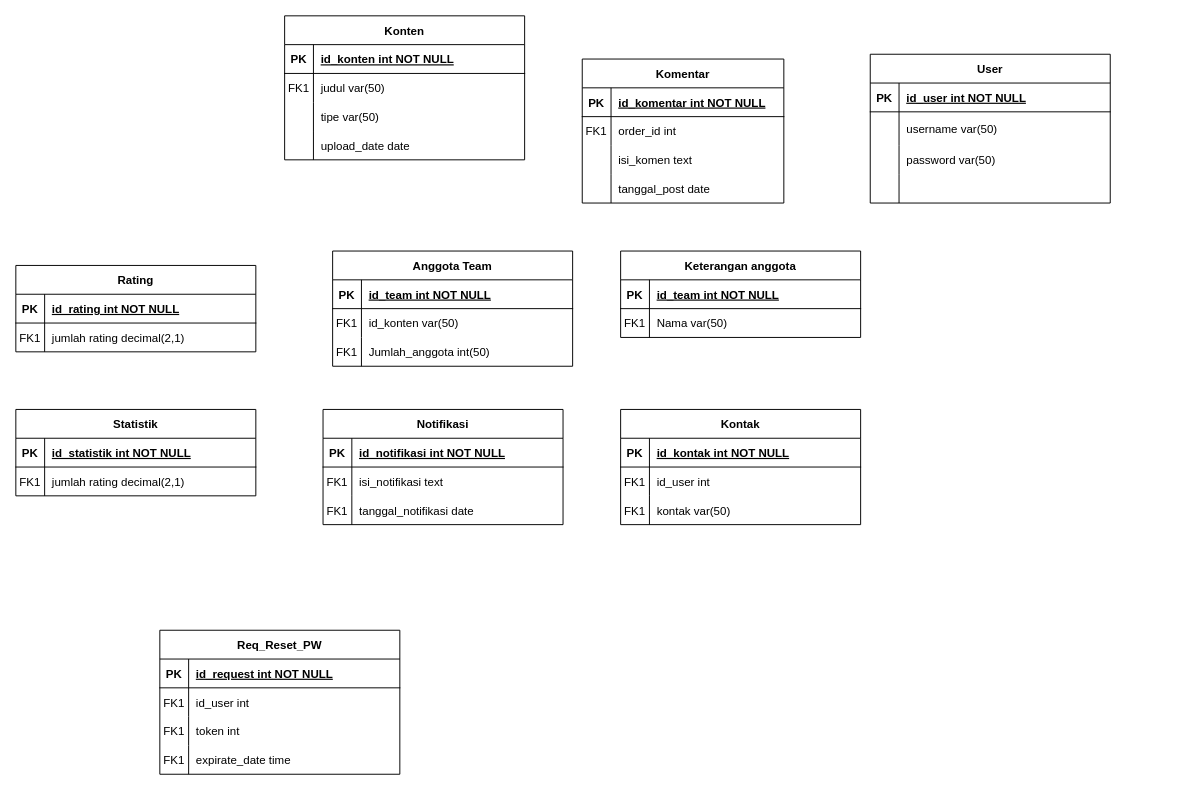
Above: Untitled Diagram.drawio in Iknip26/PAD_portofolio_TA (draw.io), before the change. Source tidied: cells renumbered, new cells numbered last; positions are measured from the earlier drawing's top-left corner, leaving out a move shared by most shapes. Both pictures are drawn from the tidied source at 96%, with x=0, y=0 at pixel (15, 15).
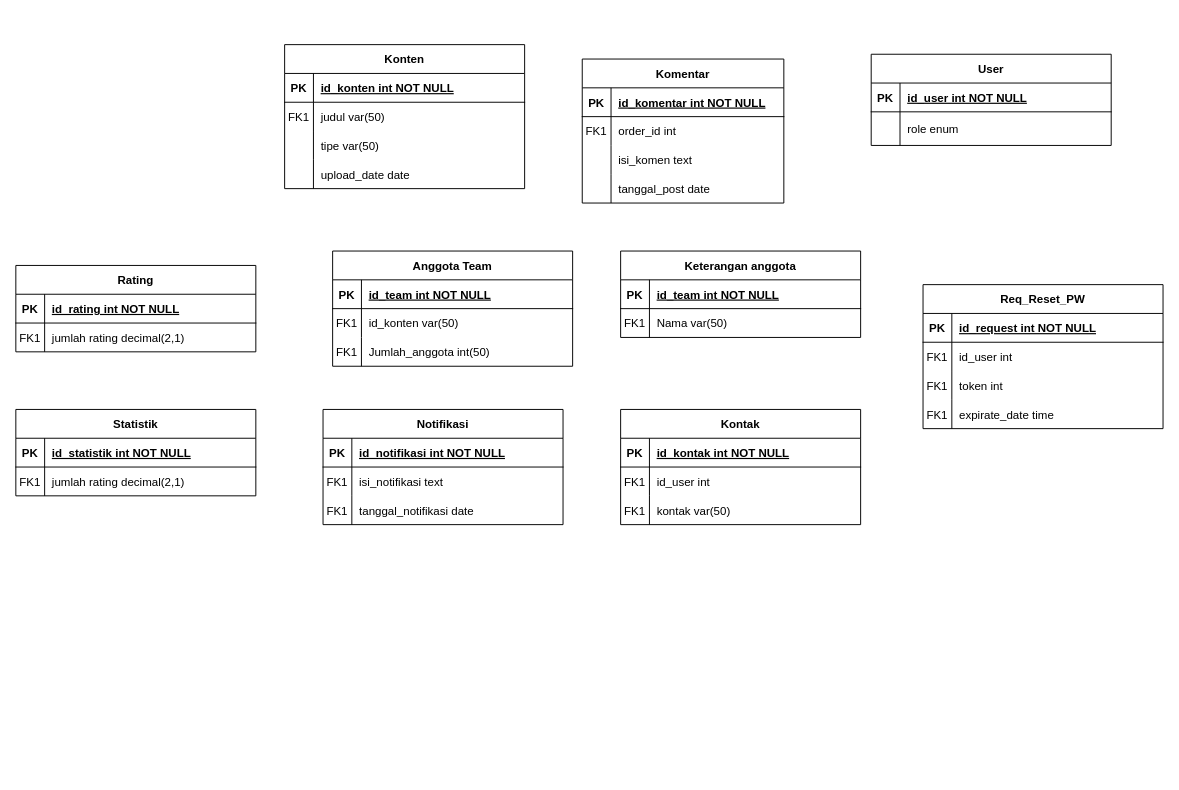
Above is the later version.

Unchanged cells that the change refers to:
```xml
<mxCell id="32" style="shape=partialRectangle;fillColor=none;top=0;left=0;right=0;bottom=0;" parent="28" vertex="1">
  <mxGeometry y="60" width="250" height="35" as="geometry" />
</mxCell>
```

The edit, as a diff of the source:
```diff
@@
     <mxCell id="2" value="Konten" style="shape=table;startSize=30;childLayout=tableLayout;rowLines=0;fontStyle=1;align=center;" parent="1" vertex="1">
-      <mxGeometry x="280" width="250" height="150" as="geometry" />
+      <mxGeometry x="280" y="30" width="250" height="150" as="geometry" />
     </mxCell>
@@
     <mxCell id="28" value="User" style="shape=table;startSize=30;childLayout=tableLayout;rowLines=0;fontStyle=1;align=center;" parent="1" vertex="1">
-      <mxGeometry x="890" y="40" width="250" height="155" as="geometry" />
+      <mxGeometry x="891" y="40" width="250" height="95" as="geometry" />
     </mxCell>
@@
-    <mxCell id="34" value="username var(50) " style="shape=partialRectangle;overflow=hidden;fillColor=none;top=0;left=0;bottom=0;right=0;align=left;spacingLeft=6;" parent="32" vertex="1">
+    <mxCell id="34" value="role enum " style="shape=partialRectangle;overflow=hidden;fillColor=none;top=0;left=0;bottom=0;right=0;align=left;spacingLeft=6;" parent="32" vertex="1">
       <mxGeometry x="30" width="220" height="35" as="geometry" />
     </mxCell>
-    <mxCell id="35" style="shape=partialRectangle;fillColor=none;top=0;left=0;right=0;bottom=0;" parent="28" vertex="1">
-      <mxGeometry y="95" width="250" height="30" as="geometry" />
-    </mxCell>
-    <mxCell id="36" style="shape=partialRectangle;overflow=hidden;fillColor=none;top=0;left=0;bottom=0;right=0;" parent="35" vertex="1">
-      <mxGeometry width="30" height="30" as="geometry" />
-    </mxCell>
-    <mxCell id="37" value="password var(50)" style="shape=partialRectangle;overflow=hidden;fillColor=none;top=0;left=0;bottom=0;right=0;align=left;spacingLeft=6;" parent="35" vertex="1">
-      <mxGeometry x="30" width="220" height="30" as="geometry" />
-    </mxCell>
-    <mxCell id="38" style="shape=partialRectangle;fillColor=none;top=0;left=0;right=0;bottom=0;" parent="28" vertex="1">
-      <mxGeometry y="125" width="250" height="30" as="geometry" />
-    </mxCell>
-    <mxCell id="39" style="shape=partialRectangle;overflow=hidden;fillColor=none;top=0;left=0;bottom=0;right=0;" parent="38" vertex="1">
-      <mxGeometry width="30" height="30" as="geometry" />
-    </mxCell>
-    <mxCell id="40" style="shape=partialRectangle;overflow=hidden;fillColor=none;top=0;left=0;bottom=0;right=0;align=left;spacingLeft=6;" parent="38" vertex="1">
-      <mxGeometry x="30" width="220" height="30" as="geometry" />
-    </mxCell>
@@
     <mxCell id="92" value="Req_Reset_PW" style="shape=table;startSize=30;childLayout=tableLayout;rowLines=0;fontStyle=1;align=center;" parent="1" vertex="1">
-      <mxGeometry x="150" y="640" width="250" height="150" as="geometry" />
+      <mxGeometry x="945" y="280" width="250" height="150" as="geometry" />
     </mxCell>
```
